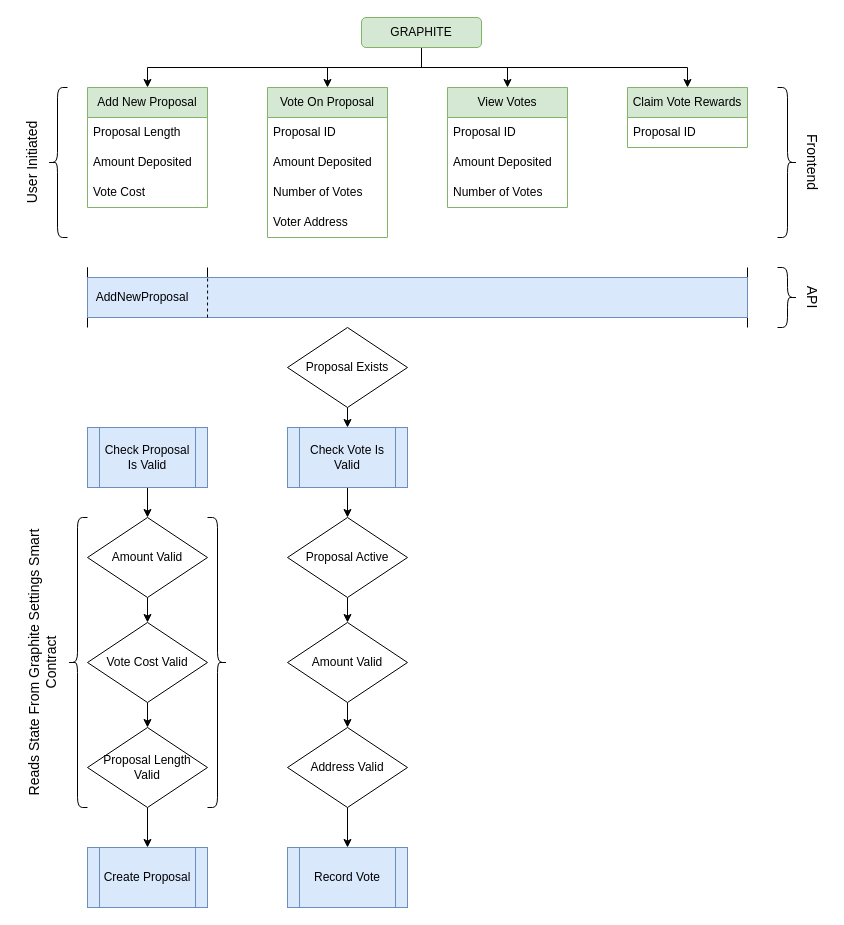
Before: Graphite.drawio in hello-adam-martin/diagrams, a draw.io diagram. Source tidied: cells renumbered, new cells numbered last; positions are measured from the earlier drawing's top-left corner, leaving out a move shared by most shapes. Both pictures are drawn from the tidied source at 100%, with x=0, y=0 at pixel (-103, 17).
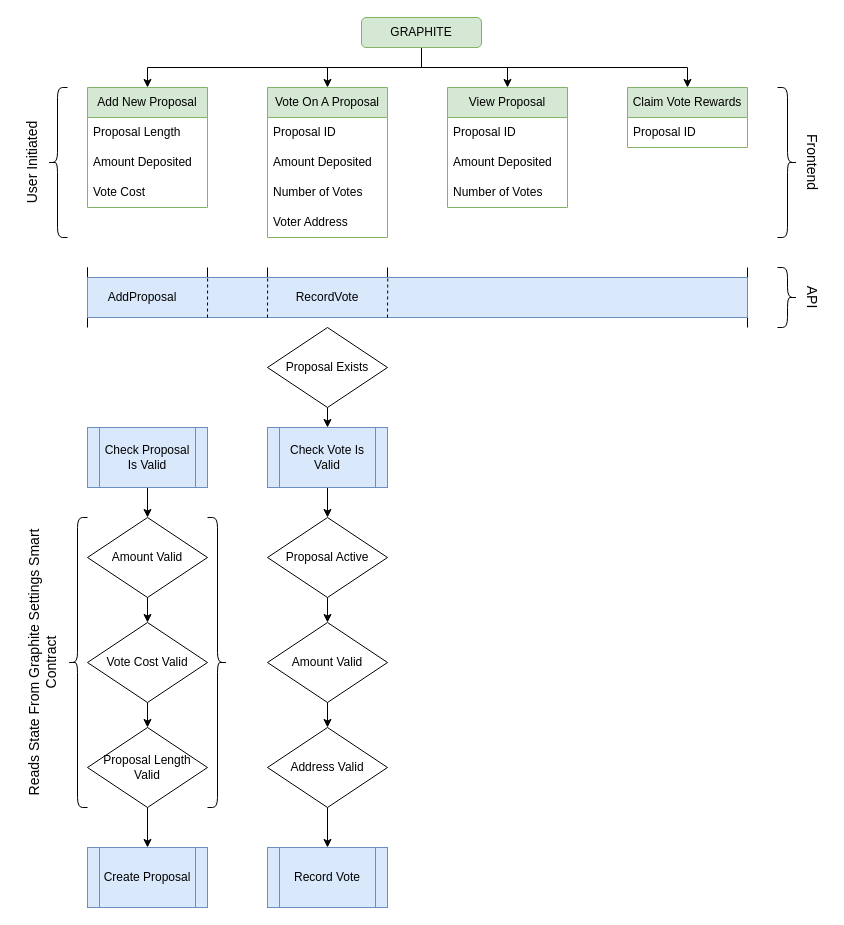
Above is the later version.

The change refers to these unchanged cells:
```xml
<mxCell id="52" style="rounded=0;whiteSpace=wrap;html=1;fillColor=#dae8fc;strokeColor=#6c8ebf;" parent="1" vertex="1">
  <mxGeometry x="190" y="260" width="660" height="40" as="geometry" />
</mxCell>
```

The edit, as a diff of the source:
```diff
@@
     <mxCell id="8" value="Check Vote Is Valid" style="shape=process;whiteSpace=wrap;html=1;backgroundOutline=1;fillColor=#dae8fc;strokeColor=#6c8ebf;" parent="1" vertex="1">
-      <mxGeometry x="390" y="410" width="120" height="60" as="geometry" />
+      <mxGeometry x="370" y="410" width="120" height="60" as="geometry" />
     </mxCell>
@@
     <mxCell id="10" value="Amount Valid" style="rhombus;whiteSpace=wrap;html=1;" parent="1" vertex="1">
-      <mxGeometry x="390" y="605" width="120" height="80" as="geometry" />
+      <mxGeometry x="370" y="605" width="120" height="80" as="geometry" />
     </mxCell>
@@
     <mxCell id="12" value="Address Valid" style="rhombus;whiteSpace=wrap;html=1;" parent="1" vertex="1">
-      <mxGeometry x="390" y="710" width="120" height="80" as="geometry" />
+      <mxGeometry x="370" y="710" width="120" height="80" as="geometry" />
     </mxCell>
     <mxCell id="13" value="Record Vote" style="shape=process;whiteSpace=wrap;html=1;backgroundOutline=1;fillColor=#dae8fc;strokeColor=#6c8ebf;" parent="1" vertex="1">
-      <mxGeometry x="390" y="830" width="120" height="60" as="geometry" />
+      <mxGeometry x="370" y="830" width="120" height="60" as="geometry" />
     </mxCell>
@@
     <mxCell id="15" value="Proposal Active" style="rhombus;whiteSpace=wrap;html=1;" parent="1" vertex="1">
-      <mxGeometry x="390" y="500" width="120" height="80" as="geometry" />
+      <mxGeometry x="370" y="500" width="120" height="80" as="geometry" />
     </mxCell>
@@
-    <mxCell id="28" value="Vote On Proposal" style="swimlane;fontStyle=0;horizontal=1;startSize=30;whiteSpace=wrap;html=1;swimlaneLine=1;fillColor=#d5e8d4;strokeColor=#82b366;" parent="1" vertex="1">
+    <mxCell id="28" value="Vote On A Proposal" style="swimlane;fontStyle=0;horizontal=1;startSize=30;whiteSpace=wrap;html=1;swimlaneLine=1;fillColor=#d5e8d4;strokeColor=#82b366;" parent="1" vertex="1">
       <mxGeometry x="370" y="70" width="120" height="150" as="geometry" />
     </mxCell>
@@
-    <mxCell id="33" value="View Votes" style="swimlane;fontStyle=0;horizontal=1;startSize=30;whiteSpace=wrap;html=1;swimlaneLine=1;fillColor=#d5e8d4;strokeColor=#82b366;" parent="1" vertex="1">
+    <mxCell id="33" value="View Proposal" style="swimlane;fontStyle=0;horizontal=1;startSize=30;whiteSpace=wrap;html=1;swimlaneLine=1;fillColor=#d5e8d4;strokeColor=#82b366;" parent="1" vertex="1">
       <mxGeometry x="550" y="70" width="120" height="120" as="geometry" />
     </mxCell>
@@
     <mxCell id="47" value="Proposal Exists" style="rhombus;whiteSpace=wrap;html=1;" parent="1" vertex="1">
-      <mxGeometry x="390" y="310" width="120" height="80" as="geometry" />
+      <mxGeometry x="370" y="310" width="120" height="80" as="geometry" />
     </mxCell>
@@
+    <mxCell id="57" style="shape=crossbar;whiteSpace=wrap;html=1;rounded=1;" parent="1" vertex="1">
+      <mxGeometry x="370" y="250" width="120" height="20" as="geometry" />
+    </mxCell>
@@
-    <mxCell id="53" value="AddNewProposal" style="text;html=1;strokeColor=none;fillColor=none;align=center;verticalAlign=middle;whiteSpace=wrap;rounded=0;" parent="1" vertex="1">
+    <mxCell id="53" value="AddProposal" style="text;html=1;strokeColor=none;fillColor=none;align=center;verticalAlign=middle;whiteSpace=wrap;rounded=0;" parent="1" vertex="1">
       <mxGeometry x="190" y="265" width="110" height="30" as="geometry" />
     </mxCell>
@@
+    <mxCell id="58" style="endArrow=none;dashed=1;html=1;rounded=0;entryX=0.273;entryY=-0.05;entryDx=0;entryDy=0;entryPerimeter=0;" parent="1" edge="1" target="52">
+      <mxGeometry relative="1" as="geometry">
+        <mxPoint x="370" y="300" as="sourcePoint" />
+      </mxGeometry>
+    </mxCell>
+    <mxCell id="59" style="endArrow=none;dashed=1;html=1;rounded=0;entryX=0.455;entryY=-0.048;entryDx=0;entryDy=0;entryPerimeter=0;" parent="1" edge="1" target="52">
+      <mxGeometry relative="1" as="geometry">
+        <mxPoint x="490" y="300" as="sourcePoint" />
+      </mxGeometry>
+    </mxCell>
+    <mxCell id="60" value="RecordVote" style="text;html=1;strokeColor=none;fillColor=none;align=center;verticalAlign=middle;whiteSpace=wrap;rounded=0;" parent="1" vertex="1">
+      <mxGeometry x="375" y="265" width="110" height="30" as="geometry" />
+    </mxCell>
```
